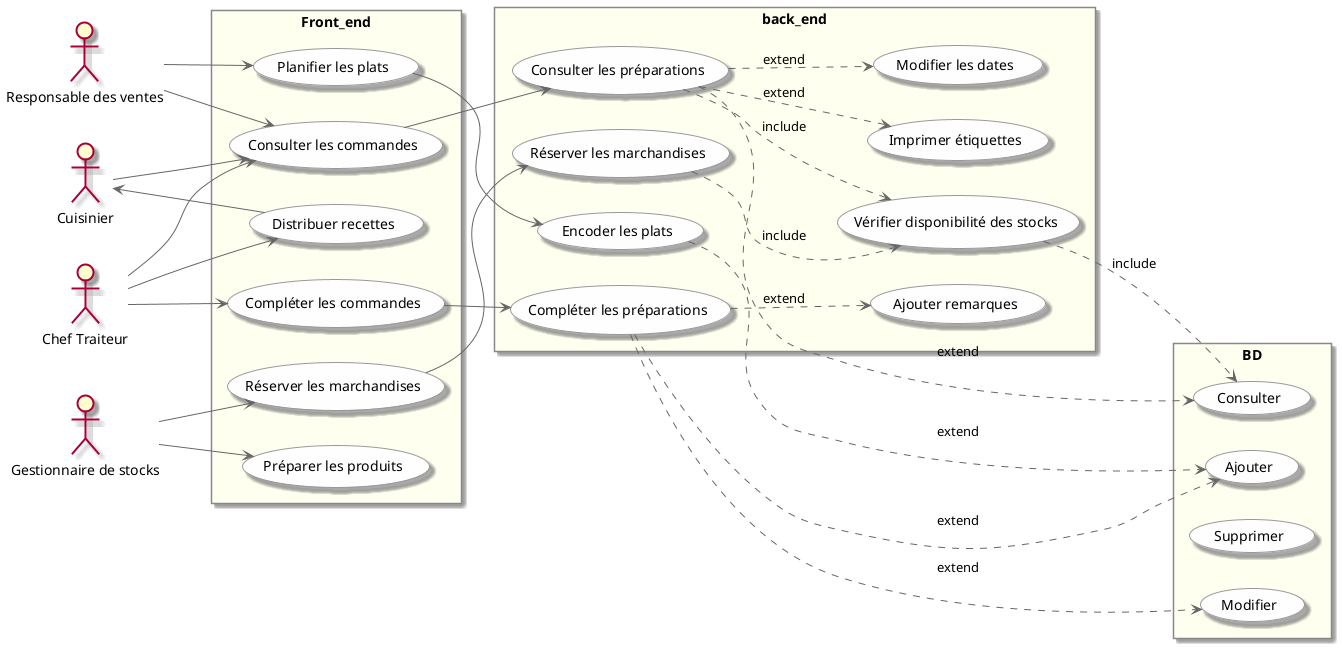
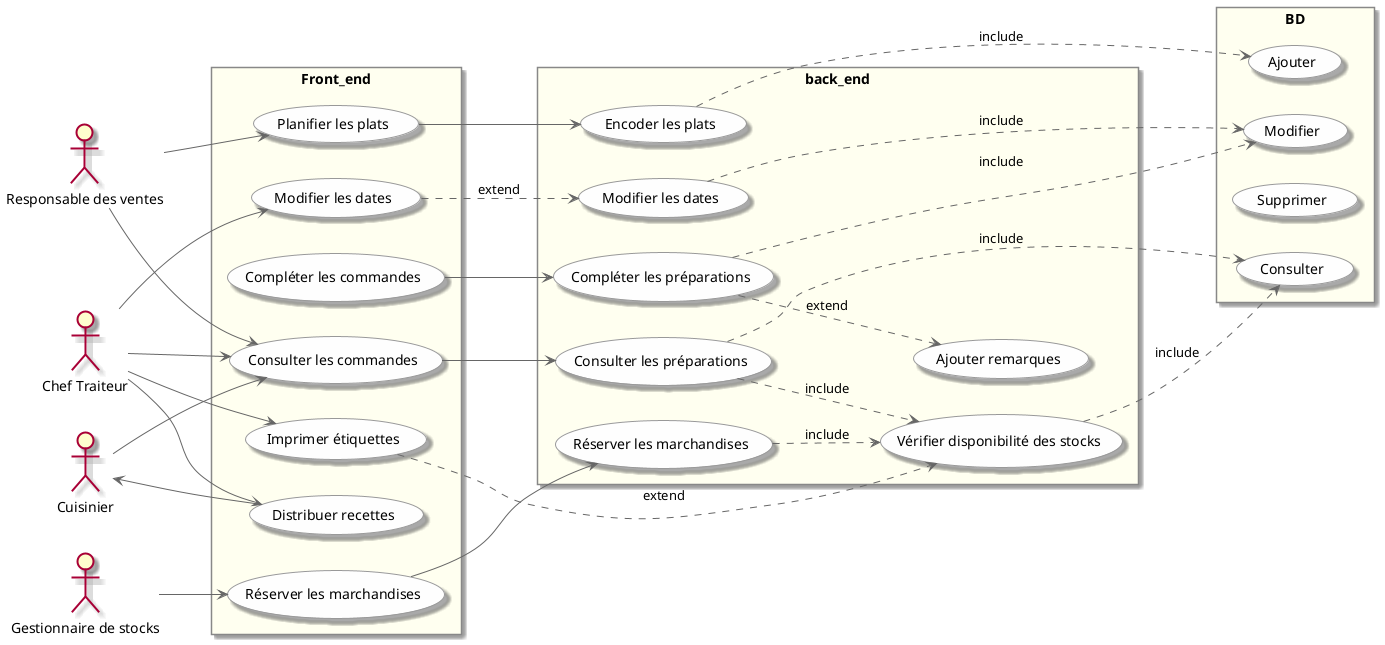
@startuml
skin rose
skinparam usecase {
  BackgroundColor #FEFEFE
  BorderColor #999999
  ArrowColor #666666
  ActorBorderColor #555555
}
skinparam rectangle {
  BorderColor #888888
  BackgroundColor #FFFFF0
}

left to right direction


actor "Responsable des ventes"  as RV
actor "Chef Traiteur"           as CT
actor "Gestionnaire de stocks"  as GS
actor "Cuisinier"               as CU


rectangle Front_end {
  (Planifier les plats) as PP
-   (Préparer les produits) as PP2
  (Consulter les commandes) as CC
  (Compléter les commandes) as CC2
  (Réserver les marchandises) as RM
  (Distribuer recettes) as DR
- 
- 
+   (Imprimer étiquettes) as IE
+   (Modifier les dates) as MD
  RV --> PP
  RV --> CC
  CT --> CC
  CT --> DR
  GS --> RM
-   GS --> PP2
-   CT --> CC2
  DR --> CU
  CU --> CC
+   CT --> IE
+   CT --> MD
}

rectangle back_end {
  (Encoder les plats) as EP
  (Consulter les préparations) as CP
  (Compléter les préparations) as CP2
  (Réserver les marchandises) as RM2
  (Vérifier disponibilité des stocks) as VDS
-   (Modifier les dates) as MD
+   (Modifier les dates) as MD2
  (Ajouter remarques) as AR
-   (Imprimer étiquettes) as IE
  PP --> EP
  CC --> CP
  CC2 --> CP2
  RM --> RM2
  RM2 ..> VDS : include
-   CP ..> MD : extend
  CP ..> VDS : include
  CP2 ..> AR : extend
-   CP ..> IE : extend
+   IE ..> VDS : extend
+   MD ..> MD2 : extend
}

rectangle BD {
  (Ajouter) as A
  (Modifier) as M
  (Supprimer) as S
  (Consulter) as C
-   EP ..> A : extend
-   CP ..> C : extend
-   CP2 ..> A : extend
-   CP2 ..> M : extend
+   EP ..> A : include
+   CP ..> C : include
+   CP2 ..> M : include
  VDS ..> C : include
+   MD2 ..> M : include
}

@enduml